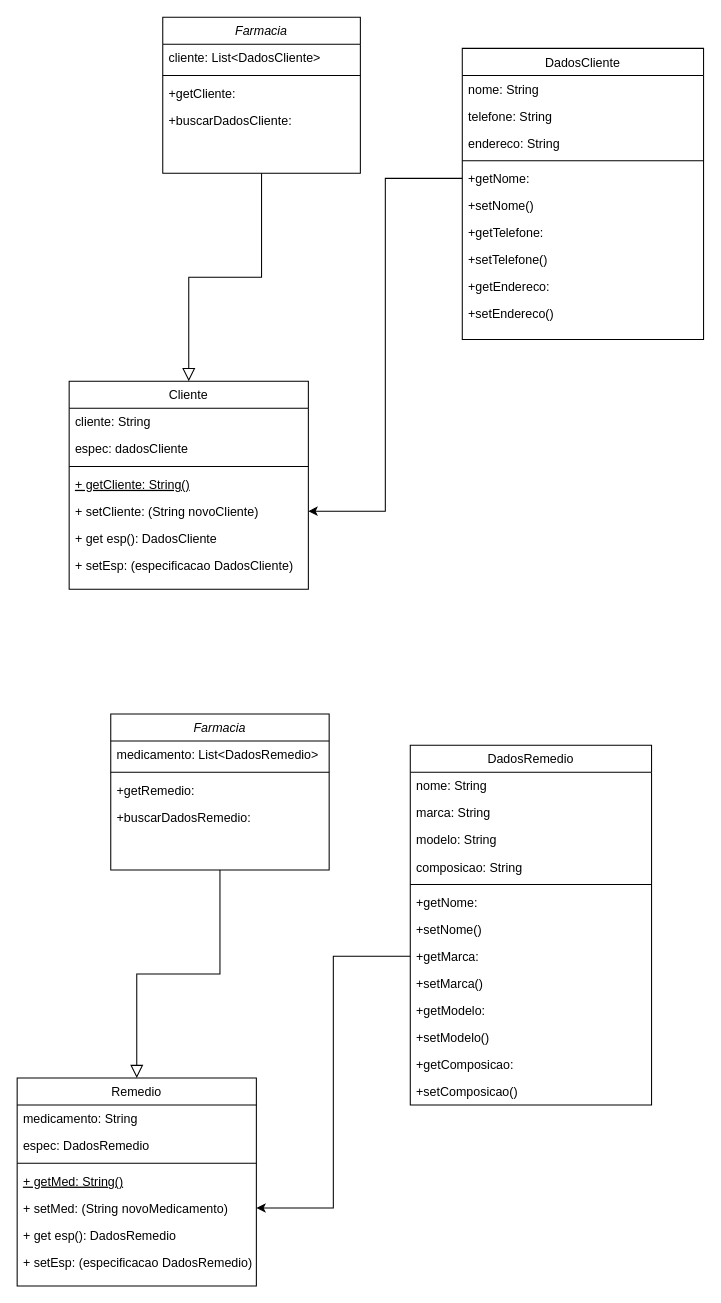
beajdkjj/bertoti keeps this draw.io diagram as Engenharia de Software/assets/Diagrama sem nome.drawio. Above is the earlier version. Source tidied: cells renumbered, new cells numbered last; positions are measured from the earlier drawing's top-left corner, leaving out a move shared by most shapes. Both pictures are drawn from the tidied source at 104%, with x=0, y=0 at pixel (17, 17).
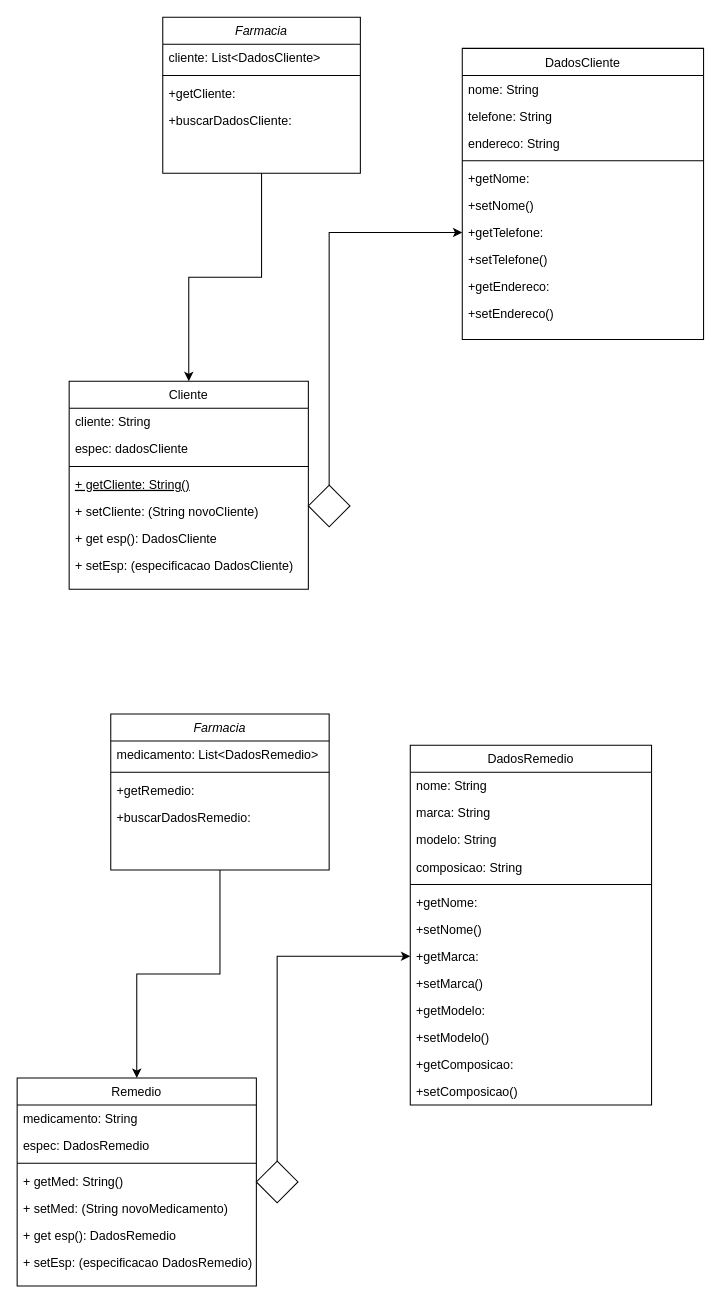
After the change.

Unchanged cells that the change refers to:
```xml
<mxCell id="2" value="Farmacia" style="swimlane;fontStyle=2;align=center;verticalAlign=top;horizontal=1;startSize=26;rounded=0;shadow=0;strokeWidth=1;" parent="1" vertex="1">
  <mxGeometry x="140" width="190" height="150" as="geometry" />
</mxCell>
<mxCell id="7" value="Cliente&#10;" style="swimlane;fontStyle=0;align=center;verticalAlign=top;horizontal=1;startSize=26;rounded=0;shadow=0;strokeWidth=1;" parent="1" vertex="1">
  <mxGeometry x="50" y="350" width="230" height="200" as="geometry" />
</mxCell>
<mxCell id="12" value="+ setCliente: (String novoCliente)" style="text;align=left;verticalAlign=top;spacingLeft=4;spacingRight=4;overflow=hidden;points=[[0,0.5],[1,0.5]];portConstraint=eastwest;" parent="7" vertex="1">
  <mxGeometry y="112" width="230" height="26" as="geometry" />
</mxCell>
<mxCell id="21" value="+getNome:" style="text;align=left;verticalAlign=top;spacingLeft=4;spacingRight=4;overflow=hidden;points=[[0,0.5],[1,0.5]];portConstraint=eastwest;" parent="16" vertex="1">
  <mxGeometry y="112" width="232" height="26" as="geometry" />
</mxCell>
<mxCell id="23" value="+getTelefone:" style="text;align=left;verticalAlign=top;spacingLeft=4;spacingRight=4;overflow=hidden;points=[[0,0.5],[1,0.5]];portConstraint=eastwest;" parent="16" vertex="1">
  <mxGeometry y="164" width="232" height="26" as="geometry" />
</mxCell>
<mxCell id="28" value="Farmacia" style="swimlane;fontStyle=2;align=center;verticalAlign=top;horizontal=1;startSize=26;rounded=0;shadow=0;strokeWidth=1;" parent="1" vertex="1">
  <mxGeometry x="90" y="670" width="210" height="150" as="geometry" />
</mxCell>
<mxCell id="33" value="Remedio" style="swimlane;fontStyle=0;align=center;verticalAlign=top;horizontal=1;startSize=26;rounded=0;shadow=0;strokeWidth=1;" parent="1" vertex="1">
  <mxGeometry y="1020" width="230" height="200" as="geometry" />
</mxCell>
<mxCell id="38" value="+ setMed: (String novoMedicamento)" style="text;align=left;verticalAlign=top;spacingLeft=4;spacingRight=4;overflow=hidden;points=[[0,0.5],[1,0.5]];portConstraint=eastwest;" parent="33" vertex="1">
  <mxGeometry y="112" width="230" height="26" as="geometry" />
</mxCell>
<mxCell id="50" value="+getMarca:" style="text;align=left;verticalAlign=top;spacingLeft=4;spacingRight=4;overflow=hidden;points=[[0,0.5],[1,0.5]];portConstraint=eastwest;" parent="42" vertex="1">
  <mxGeometry y="190" width="232" height="26" as="geometry" />
</mxCell>
```

Diff of the diagram source:
```diff
@@
+    <mxCell id="15" style="edgeStyle=orthogonalEdgeStyle;rounded=0;jettySize=auto;html=1;" parent="1" edge="1" source="2" target="7">
+      <mxGeometry relative="1" as="geometry" />
+    </mxCell>
@@
-    <mxCell id="15" style="endArrow=block;endSize=10;endFill=0;shadow=0;strokeWidth=1;rounded=0;edgeStyle=elbowEdgeStyle;elbow=vertical;" parent="1" edge="1" source="2" target="7">
-      <mxGeometry relative="1" as="geometry" />
-    </mxCell>
@@
-    <mxCell id="27" style="edgeStyle=elbowEdgeStyle;rounded=0;jettySize=auto;html=1;entryX=1;entryY=0.5;entryDx=0;entryDy=0;" parent="1" edge="1" source="21" target="12">
-      <mxGeometry relative="1" as="geometry" />
-    </mxCell>
+    <mxCell id="41" style="edgeStyle=orthogonalEdgeStyle;rounded=0;jettySize=auto;html=1;entryX=0.5;entryY=0;entryDx=0;entryDy=0;" parent="1" edge="1" source="28" target="33">
+      <mxGeometry relative="1" as="geometry" />
+    </mxCell>
@@
-    <mxCell id="37" value="+ getMed: String()" style="text;align=left;verticalAlign=top;spacingLeft=4;spacingRight=4;overflow=hidden;fontStyle=4;" parent="33" vertex="1">
+    <mxCell id="37" value="+ getMed: String()" style="text;align=left;verticalAlign=top;spacingLeft=4;spacingRight=4;overflow=hidden;fontStyle=0;strokeColor=none;" parent="33" vertex="1">
       <mxGeometry y="86" width="230" height="26" as="geometry" />
     </mxCell>
@@
-    <mxCell id="41" style="endArrow=block;endSize=10;endFill=0;shadow=0;strokeWidth=1;rounded=0;edgeStyle=elbowEdgeStyle;elbow=vertical;" parent="1" edge="1" source="28" target="33">
-      <mxGeometry relative="1" as="geometry" />
-    </mxCell>
@@
-    <mxCell id="56" style="edgeStyle=elbowEdgeStyle;rounded=0;jettySize=auto;html=1;entryX=1;entryY=0.5;entryDx=0;entryDy=0;" parent="1" edge="1" source="50" target="38">
-      <mxGeometry relative="1" as="geometry" />
-    </mxCell>
+    <mxCell id="57" style="edgeStyle=orthogonalEdgeStyle;rounded=0;jettySize=auto;html=1;entryX=0;entryY=0.5;entryDx=0;entryDy=0;" parent="1" edge="1" source="58" target="50">
+      <mxGeometry relative="1" as="geometry" />
+    </mxCell>
+    <mxCell id="58" style="rhombus;whiteSpace=wrap;html=1;" parent="1" vertex="1">
+      <mxGeometry x="230" y="1100" width="40" height="40" as="geometry" />
+    </mxCell>
+    <mxCell id="59" style="edgeStyle=orthogonalEdgeStyle;rounded=0;jettySize=auto;html=1;entryX=0;entryY=0.5;entryDx=0;entryDy=0;" parent="1" edge="1" source="60" target="23">
+      <mxGeometry relative="1" as="geometry" />
+    </mxCell>
+    <mxCell id="60" style="rhombus;whiteSpace=wrap;html=1;" parent="1" vertex="1">
+      <mxGeometry x="280" y="450" width="40" height="40" as="geometry" />
+    </mxCell>
```
